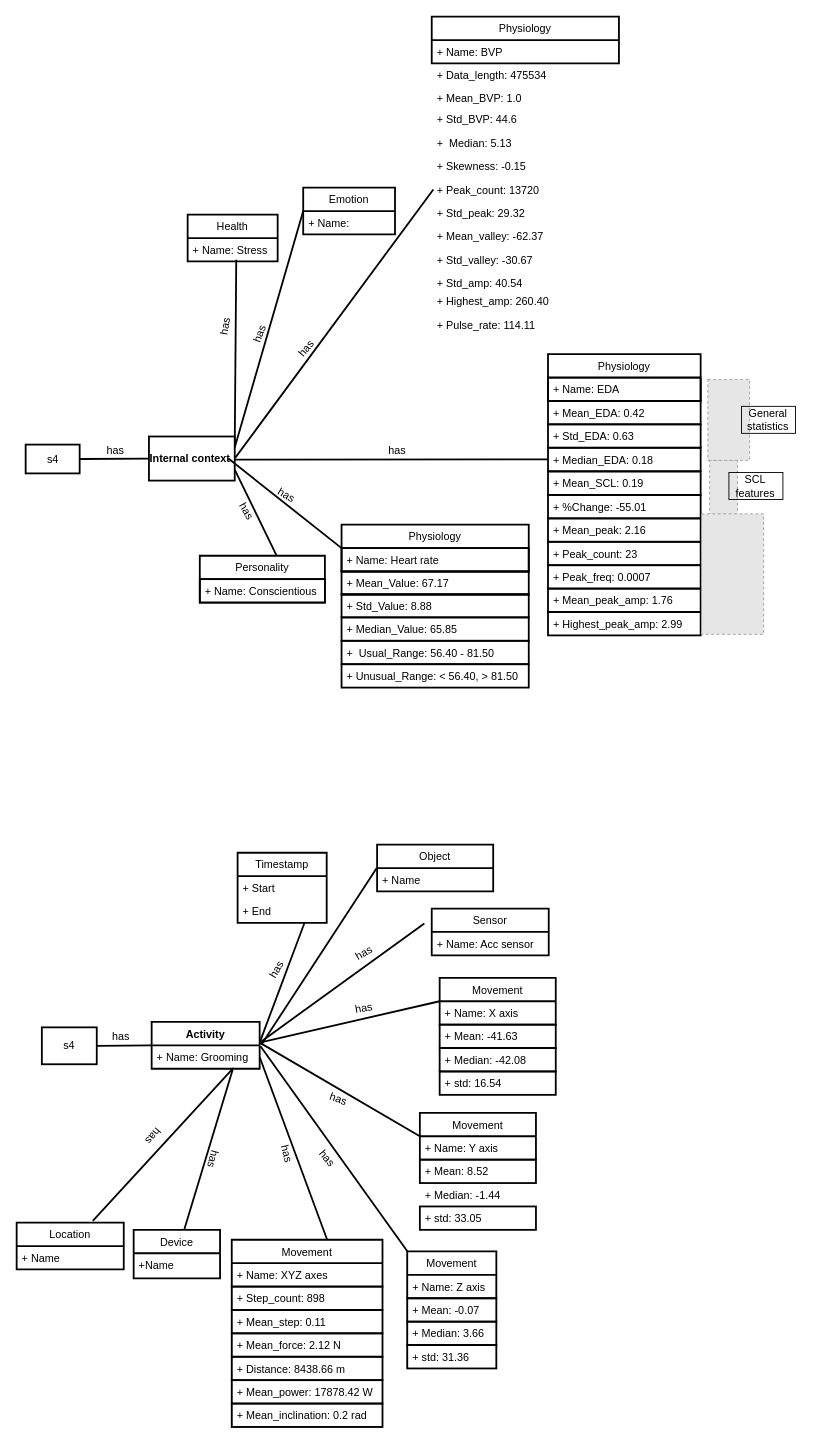
Above: um_article.drawio in oluwande/zmPDSwR (draw.io), before the change. Source tidied: cells renumbered, new cells numbered last; positions are measured from the earlier drawing's top-left corner, leaving out a move shared by most shapes. Both pictures are drawn from the tidied source at 90%, with x=0, y=0 at pixel (16, 16). Pictures stored in the file or linked from it are replaced by grey dashed boxes.
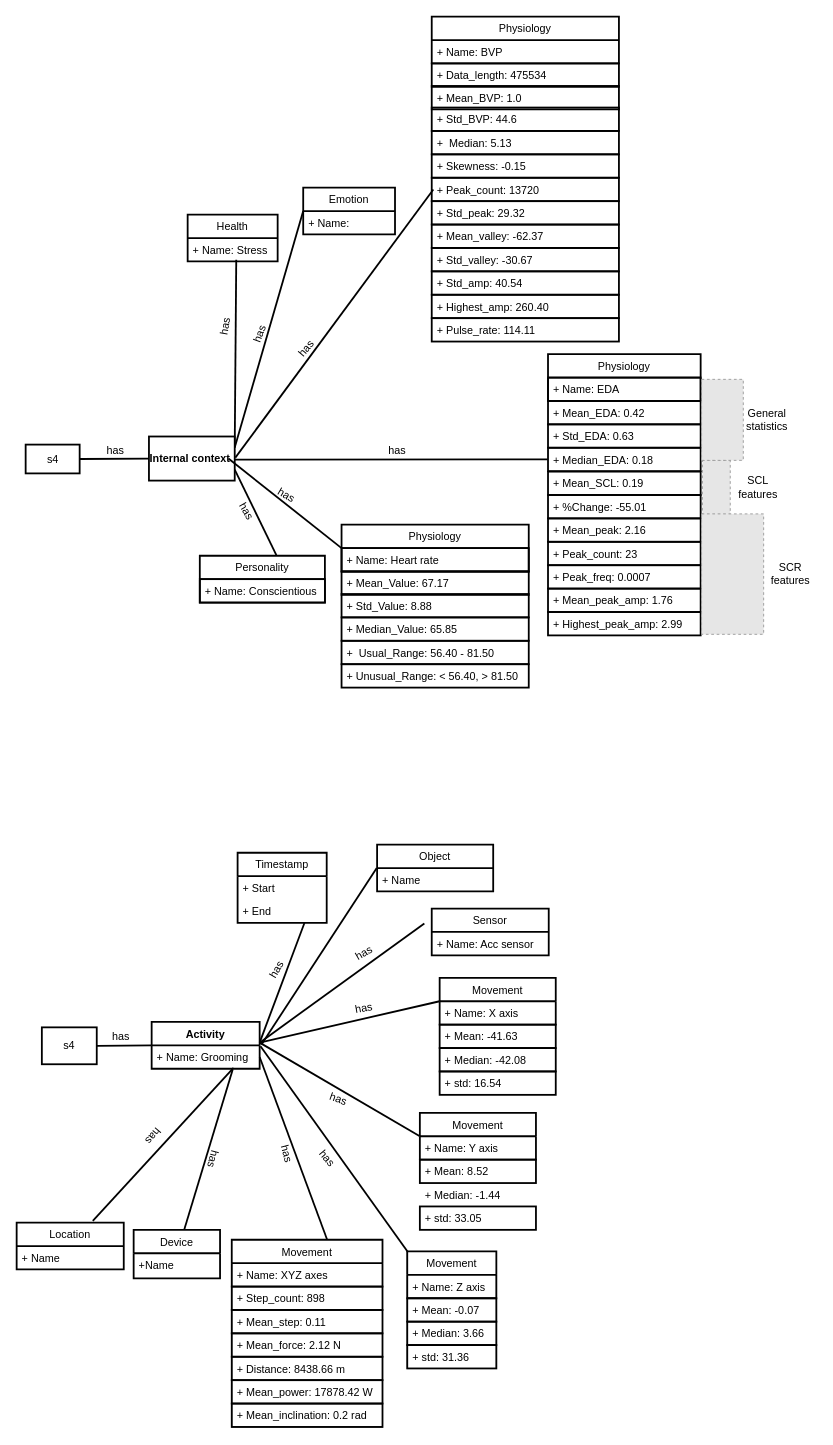
Above is the later version.

The edit, as a diff of the source:
```diff
@@
     <mxCell id="23" style="fillColor=#E6E6E6;strokeColor=#999999;dashed=1;verticalLabelPosition=bottom;labelBackgroundColor=default;verticalAlign=top;" parent="1" vertex="1">
-      <mxGeometry x="770" y="493" width="30.9" height="60" as="geometry" />
+      <mxGeometry x="762" y="493" width="30.9" height="60" as="geometry" />
     </mxCell>
@@
     <mxCell id="37" style="fillColor=#E6E6E6;strokeColor=#999999;dashed=1;verticalLabelPosition=bottom;labelBackgroundColor=default;verticalAlign=top;" parent="1" vertex="1">
-      <mxGeometry x="768" y="403" width="46.4" height="90" as="geometry" />
+      <mxGeometry x="761" y="403" width="46.4" height="90" as="geometry" />
     </mxCell>
-    <mxCell id="38" value="General statistics" style="text;html=1;align=center;verticalAlign=middle;whiteSpace=wrap;rounded=0;strokeColor=default;" parent="1" vertex="1">
-      <mxGeometry x="805.4" y="433" width="60" height="30" as="geometry" />
+    <mxCell id="38" value="General statistics" style="text;html=1;align=center;verticalAlign=middle;whiteSpace=wrap;rounded=0;strokeColor=none;" parent="1" vertex="1">
+      <mxGeometry x="804.4" y="433" width="60" height="30" as="geometry" />
     </mxCell>
-    <mxCell id="39" value="SCL features" style="text;html=1;align=center;verticalAlign=middle;whiteSpace=wrap;rounded=0;strokeColor=default;" parent="1" vertex="1">
-      <mxGeometry x="791.4" y="506.5" width="60" height="30" as="geometry" />
+    <mxCell id="39" value="SCL features" style="text;html=1;align=center;verticalAlign=middle;whiteSpace=wrap;rounded=0;strokeColor=none;" parent="1" vertex="1">
+      <mxGeometry x="794.4" y="507.5" width="60" height="30" as="geometry" />
     </mxCell>
@@
-    <mxCell id="42" value="+ Data_length: 475534" style="text;align=left;verticalAlign=top;spacingLeft=4;spacingRight=4;overflow=hidden;strokeWidth=2;fontSize=12;" parent="1" vertex="1">
+    <mxCell id="42" value="+ Data_length: 475534" style="text;align=left;verticalAlign=top;spacingLeft=4;spacingRight=4;overflow=hidden;strokeWidth=2;fontSize=12;strokeColor=default;" parent="1" vertex="1">
       <mxGeometry x="461.2" y="52" width="208" height="26" as="geometry" />
     </mxCell>
-    <mxCell id="43" value="+ Mean_BVP: 1.0" style="text;align=left;verticalAlign=top;spacingLeft=4;spacingRight=4;overflow=hidden;strokeWidth=2;fontSize=12;" parent="1" vertex="1">
+    <mxCell id="43" value="+ Mean_BVP: 1.0" style="text;align=left;verticalAlign=top;spacingLeft=4;spacingRight=4;overflow=hidden;strokeWidth=2;fontSize=12;strokeColor=default;" parent="1" vertex="1">
       <mxGeometry x="461.2" y="77" width="208" height="26" as="geometry" />
     </mxCell>
-    <mxCell id="44" value="+ Std_BVP: 44.6" style="text;align=left;verticalAlign=top;spacingLeft=4;spacingRight=4;overflow=hidden;strokeWidth=2;fontSize=12;" parent="1" vertex="1">
+    <mxCell id="44" value="+ Std_BVP: 44.6" style="text;align=left;verticalAlign=top;spacingLeft=4;spacingRight=4;overflow=hidden;strokeWidth=2;fontSize=12;strokeColor=default;" parent="1" vertex="1">
       <mxGeometry x="461.2" y="101" width="208" height="26" as="geometry" />
     </mxCell>
-    <mxCell id="45" value="+  Median: 5.13" style="text;align=left;verticalAlign=top;spacingLeft=4;spacingRight=4;overflow=hidden;strokeWidth=2;fontSize=12;" parent="1" vertex="1">
+    <mxCell id="45" value="+  Median: 5.13" style="text;align=left;verticalAlign=top;spacingLeft=4;spacingRight=4;overflow=hidden;strokeWidth=2;fontSize=12;strokeColor=default;" parent="1" vertex="1">
       <mxGeometry x="461.2" y="127" width="208" height="26" as="geometry" />
     </mxCell>
-    <mxCell id="46" value="+ Skewness: -0.15" style="text;align=left;verticalAlign=top;spacingLeft=4;spacingRight=4;overflow=hidden;strokeWidth=2;fontSize=12;" parent="1" vertex="1">
+    <mxCell id="46" value="+ Skewness: -0.15" style="text;align=left;verticalAlign=top;spacingLeft=4;spacingRight=4;overflow=hidden;strokeWidth=2;fontSize=12;strokeColor=default;" parent="1" vertex="1">
       <mxGeometry x="461.2" y="153" width="208" height="26" as="geometry" />
     </mxCell>
-    <mxCell id="47" value="+ Peak_count: 13720" style="text;align=left;verticalAlign=top;spacingLeft=4;spacingRight=4;overflow=hidden;strokeWidth=2;fontSize=12;" parent="1" vertex="1">
+    <mxCell id="47" value="+ Peak_count: 13720" style="text;align=left;verticalAlign=top;spacingLeft=4;spacingRight=4;overflow=hidden;strokeWidth=2;fontSize=12;strokeColor=default;" parent="1" vertex="1">
       <mxGeometry x="461.2" y="179" width="208" height="26" as="geometry" />
     </mxCell>
-    <mxCell id="48" value="+ Std_peak: 29.32" style="text;align=left;verticalAlign=top;spacingLeft=4;spacingRight=4;overflow=hidden;strokeWidth=2;fontSize=12;" parent="1" vertex="1">
+    <mxCell id="48" value="+ Std_peak: 29.32" style="text;align=left;verticalAlign=top;spacingLeft=4;spacingRight=4;overflow=hidden;strokeWidth=2;fontSize=12;strokeColor=default;" parent="1" vertex="1">
       <mxGeometry x="461.2" y="205" width="208" height="26" as="geometry" />
     </mxCell>
-    <mxCell id="49" value="+ Mean_valley: -62.37" style="text;align=left;verticalAlign=top;spacingLeft=4;spacingRight=4;overflow=hidden;strokeWidth=2;fontSize=12;" parent="1" vertex="1">
+    <mxCell id="49" value="+ Mean_valley: -62.37" style="text;align=left;verticalAlign=top;spacingLeft=4;spacingRight=4;overflow=hidden;strokeWidth=2;fontSize=12;strokeColor=default;" parent="1" vertex="1">
       <mxGeometry x="461.2" y="231" width="208" height="26" as="geometry" />
     </mxCell>
-    <mxCell id="50" value="+ Std_valley: -30.67" style="text;align=left;verticalAlign=top;spacingLeft=4;spacingRight=4;overflow=hidden;strokeWidth=2;fontSize=12;" parent="1" vertex="1">
+    <mxCell id="50" value="+ Std_valley: -30.67" style="text;align=left;verticalAlign=top;spacingLeft=4;spacingRight=4;overflow=hidden;strokeWidth=2;fontSize=12;strokeColor=default;" parent="1" vertex="1">
       <mxGeometry x="461.2" y="257" width="208" height="26" as="geometry" />
     </mxCell>
-    <mxCell id="51" value="+ Std_amp: 40.54" style="text;align=left;verticalAlign=top;spacingLeft=4;spacingRight=4;overflow=hidden;strokeWidth=2;fontSize=12;" parent="1" vertex="1">
+    <mxCell id="51" value="+ Std_amp: 40.54" style="text;align=left;verticalAlign=top;spacingLeft=4;spacingRight=4;overflow=hidden;strokeWidth=2;fontSize=12;strokeColor=default;" parent="1" vertex="1">
       <mxGeometry x="461.2" y="283" width="208" height="26" as="geometry" />
     </mxCell>
-    <mxCell id="52" value="+ Highest_amp: 260.40" style="text;align=left;verticalAlign=top;spacingLeft=4;spacingRight=4;overflow=hidden;strokeWidth=2;fontSize=12;" parent="1" vertex="1">
-      <mxGeometry x="461.2" y="303" width="208" height="26" as="geometry" />
+    <mxCell id="52" value="+ Highest_amp: 260.40" style="text;align=left;verticalAlign=top;spacingLeft=4;spacingRight=4;overflow=hidden;strokeWidth=2;fontSize=12;strokeColor=default;" parent="1" vertex="1">
+      <mxGeometry x="461.2" y="309" width="208" height="26" as="geometry" />
     </mxCell>
-    <mxCell id="53" value="+ Pulse_rate: 114.11" style="text;align=left;verticalAlign=top;spacingLeft=4;spacingRight=4;overflow=hidden;strokeWidth=2;fontSize=12;" parent="1" vertex="1">
-      <mxGeometry x="461.2" y="329" width="208" height="26" as="geometry" />
+    <mxCell id="53" value="+ Pulse_rate: 114.11" style="text;align=left;verticalAlign=top;spacingLeft=4;spacingRight=4;overflow=hidden;strokeWidth=2;fontSize=12;strokeColor=default;" parent="1" vertex="1">
+      <mxGeometry x="461.2" y="335" width="208" height="26" as="geometry" />
     </mxCell>
@@
+    <mxCell id="120" value="SCR features" style="text;html=1;align=center;verticalAlign=middle;whiteSpace=wrap;rounded=0;strokeColor=none;" parent="1" vertex="1">
+      <mxGeometry x="830" y="604.4" width="60" height="30" as="geometry" />
+    </mxCell>
```
